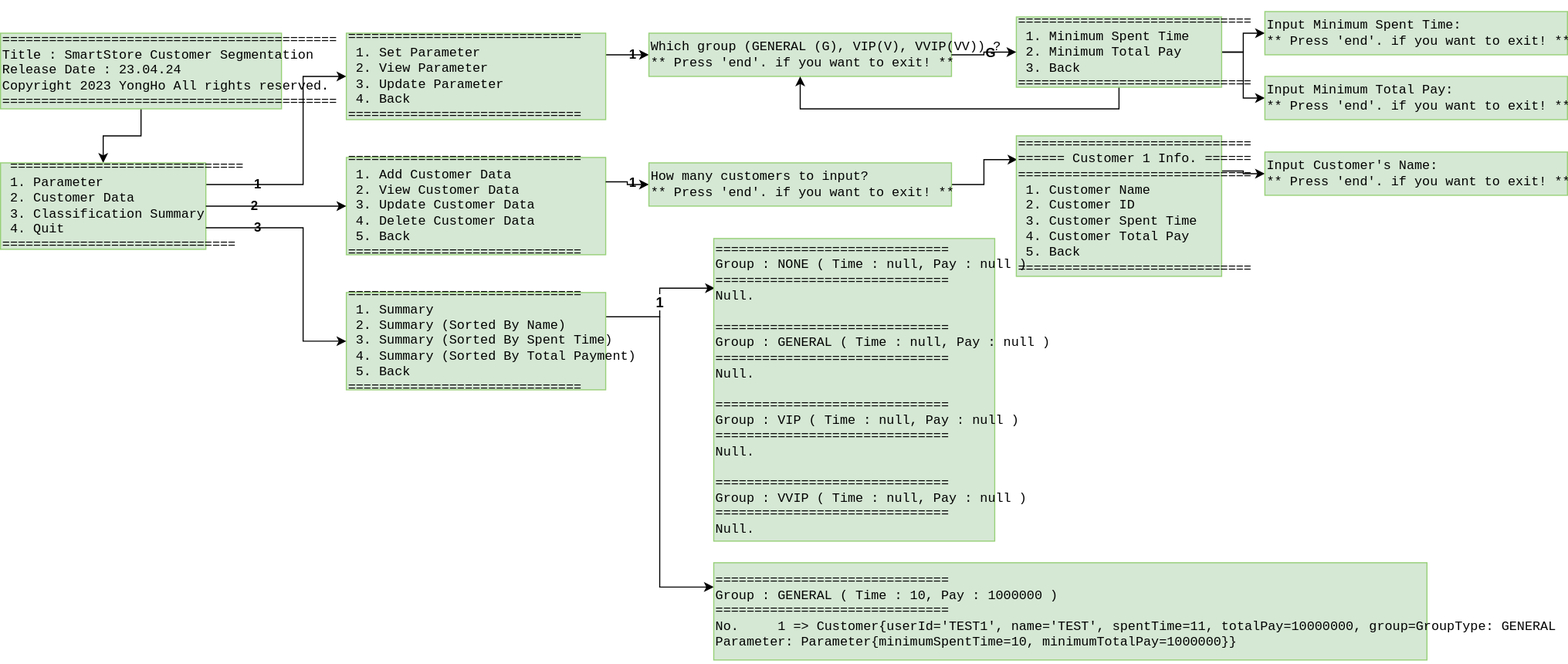
The draw.io diagram doc/SmartStore.drawio.svg in FastCampusKDTBackend/KDTBE5_Java_ToyProject, before a commit. Source tidied: cells renumbered, new cells last; positions are measured from the earlier drawing's top-left corner, leaving out a move shared by most shapes.
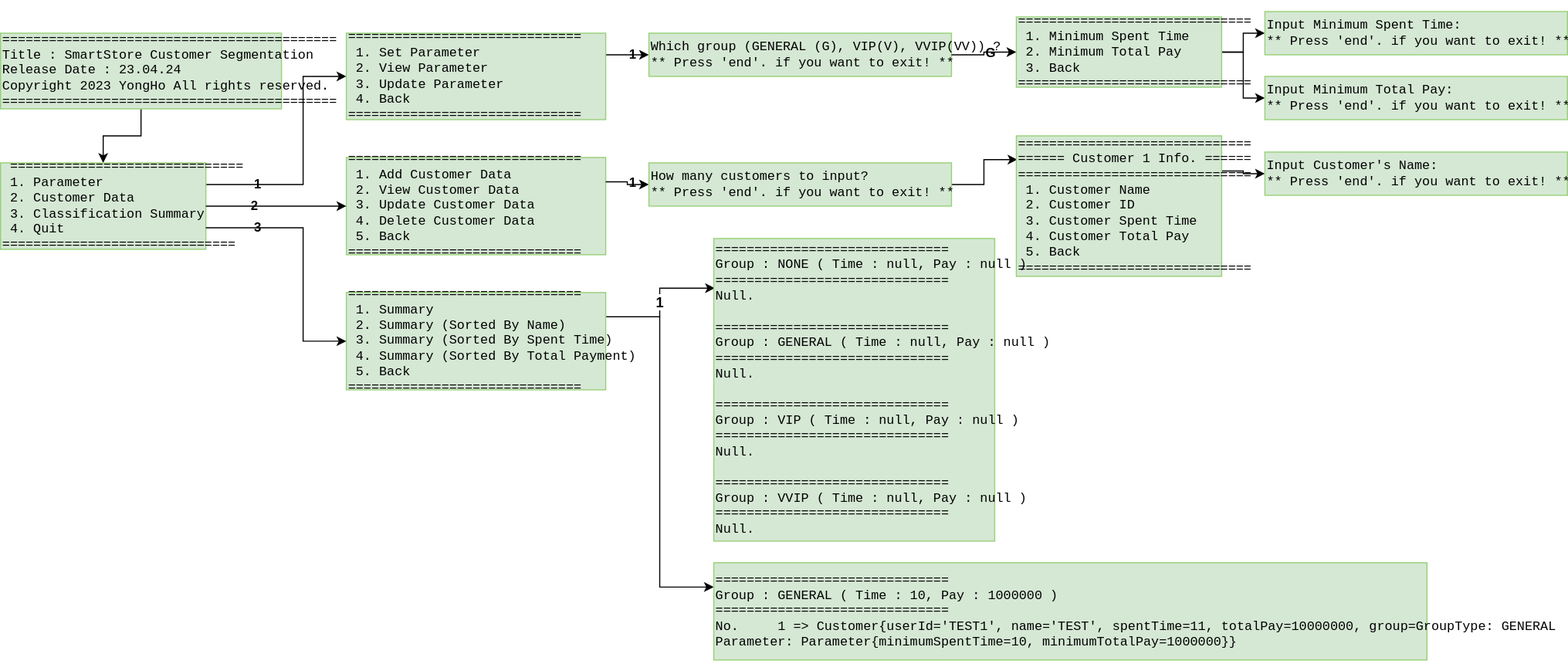
After the commit.

The edit, as a diff of the source:
```diff
@@ -52,14 +52,6 @@
     <mxCell id="13" value="&lt;div style=&quot;font-size: 9pt; font-family: &amp;quot;JetBrains Mono&amp;quot;, monospace;&quot;&gt;&lt;pre style=&quot;&quot;&gt;&lt;div style=&quot;font-family: &amp;quot;JetBrains Mono&amp;quot;, monospace; font-size: 9pt;&quot;&gt;&lt;pre&gt;&lt;div style=&quot;font-family: &amp;quot;JetBrains Mono&amp;quot;, monospace; font-size: 9pt;&quot;&gt;&lt;pre&gt;&lt;div style=&quot;font-family: &amp;quot;JetBrains Mono&amp;quot;, monospace; font-size: 9pt;&quot;&gt;&lt;pre&gt;&lt;span style=&quot;&quot;&gt;Which group (GENERAL (G), VIP(V), VVIP(VV)) ?&lt;br&gt;** Press 'end'. if you want to exit! **&lt;/span&gt;&lt;/pre&gt;&lt;/div&gt;&lt;/pre&gt;&lt;/div&gt;&lt;/pre&gt;&lt;/div&gt;&lt;/pre&gt;&lt;/div&gt;" style="rounded=0;whiteSpace=wrap;html=1;fontSize=12;glass=0;strokeWidth=1;shadow=0;align=left;fillColor=#D5E8D4;labelBackgroundColor=none;verticalAlign=middle;fontColor=#000000;strokeColor=#97D077;" parent="1" vertex="1">
       <mxGeometry x="600" y="20" width="280" height="40" as="geometry" />
     </mxCell>
-    <mxCell id="14" style="edgeStyle=orthogonalEdgeStyle;rounded=0;jettySize=auto;html=1;entryX=0.5;entryY=1;entryDx=0;entryDy=0;exitX=0.5;exitY=1;exitDx=0;exitDy=0;verticalAlign=middle;align=left;fontColor=#000000;labelBackgroundColor=none;strokeColor=#000000;" parent="1" edge="1" source="17" target="13">
-      <mxGeometry relative="1" as="geometry">
-        <Array as="points">
-          <mxPoint x="1035" y="90" />
-          <mxPoint x="740" y="90" />
-        </Array>
-      </mxGeometry>
-    </mxCell>
     <mxCell id="15" style="edgeStyle=orthogonalEdgeStyle;rounded=0;jettySize=auto;html=1;exitX=1;exitY=0.5;exitDx=0;exitDy=0;entryX=0;entryY=0.5;entryDx=0;entryDy=0;" parent="1" edge="1" source="17" target="20">
       <mxGeometry relative="1" as="geometry" />
     </mxCell>
```
